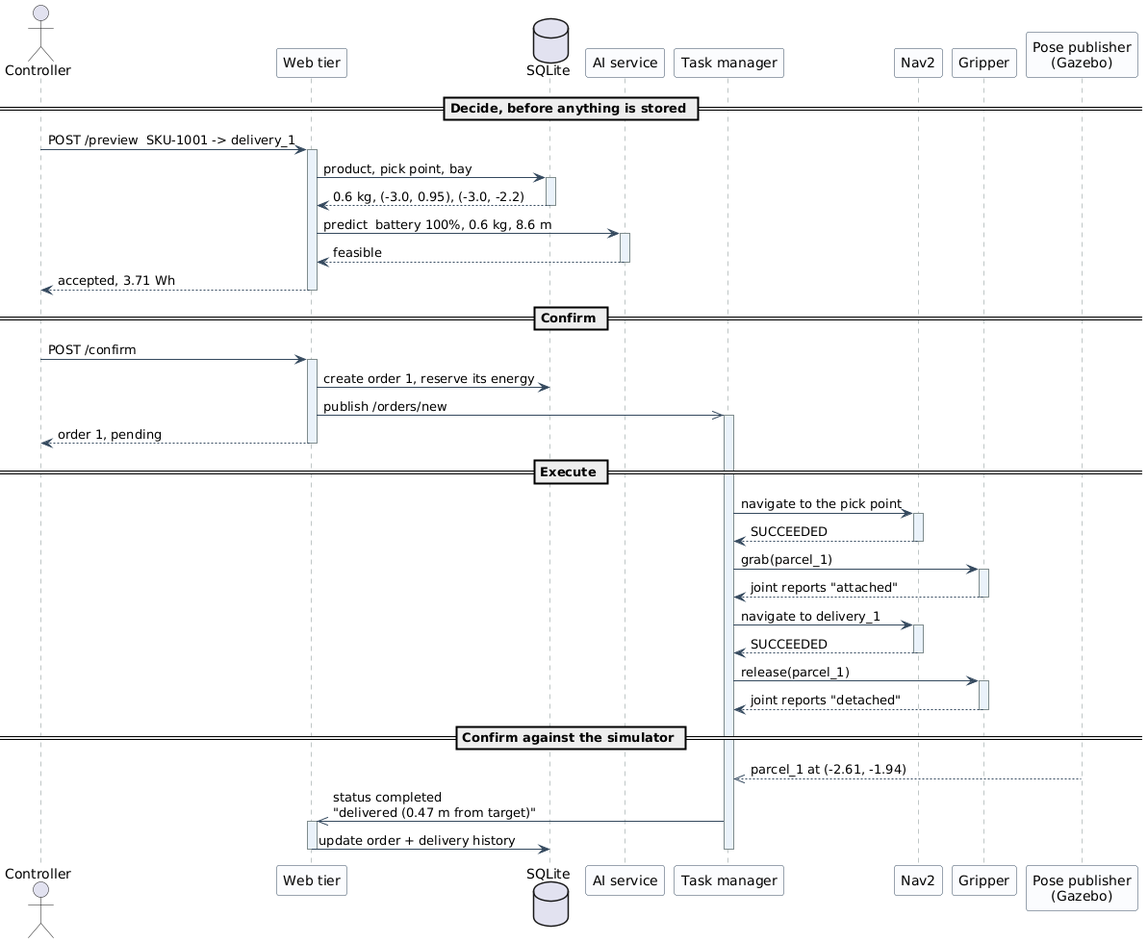
This is report/Figures/03-sequence-order-success.png from ArianShafagh/robofetch, a PlantUML export, as it was before one commit.
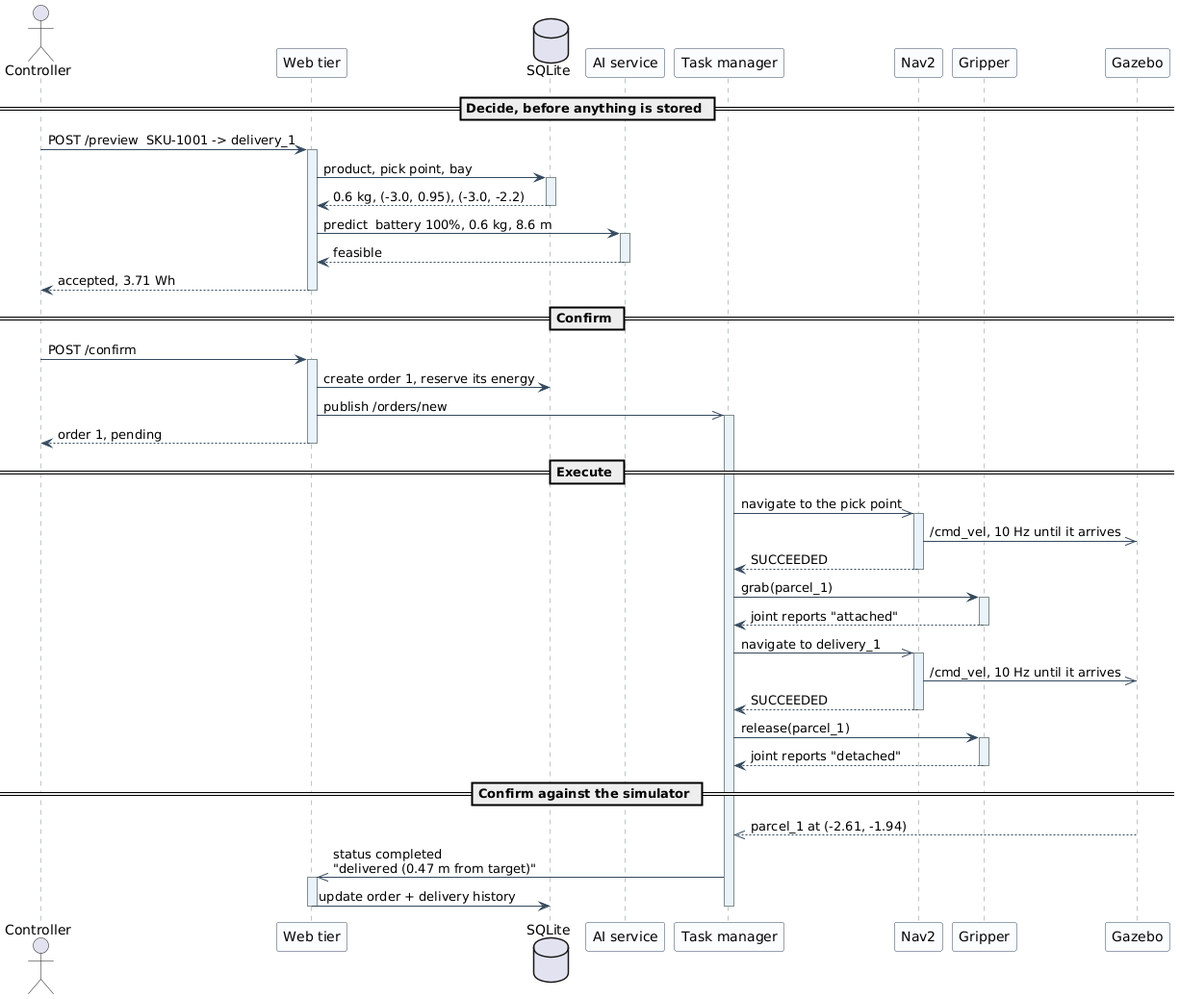
The same file after the commit.

The edit, as a diff of the source:
```diff
@@ -17,7 +17,7 @@
 participant "Task manager" as TM
 participant "Nav2" as NAV
 participant "Gripper" as GR
-participant "Pose publisher\n(Gazebo)" as GZ
+participant "Gazebo" as GZ
 
 == Decide, before anything is stored ==
 C -> API ++ : POST /preview  SKU-1001 -> delivery_1
@@ -34,11 +34,13 @@
 API --> C -- : order 1, pending
 
 == Execute ==
-TM -> NAV ++ : navigate to the pick point
+TM ->> NAV ++ : navigate to the pick point
+NAV ->> GZ : /cmd_vel, 10 Hz until it arrives
 NAV --> TM -- : SUCCEEDED
 TM -> GR ++ : grab(parcel_1)
 GR --> TM -- : joint reports "attached"
-TM -> NAV ++ : navigate to delivery_1
+TM ->> NAV ++ : navigate to delivery_1
+NAV ->> GZ : /cmd_vel, 10 Hz until it arrives
 NAV --> TM -- : SUCCEEDED
 TM -> GR ++ : release(parcel_1)
 GR --> TM -- : joint reports "detached"
```
